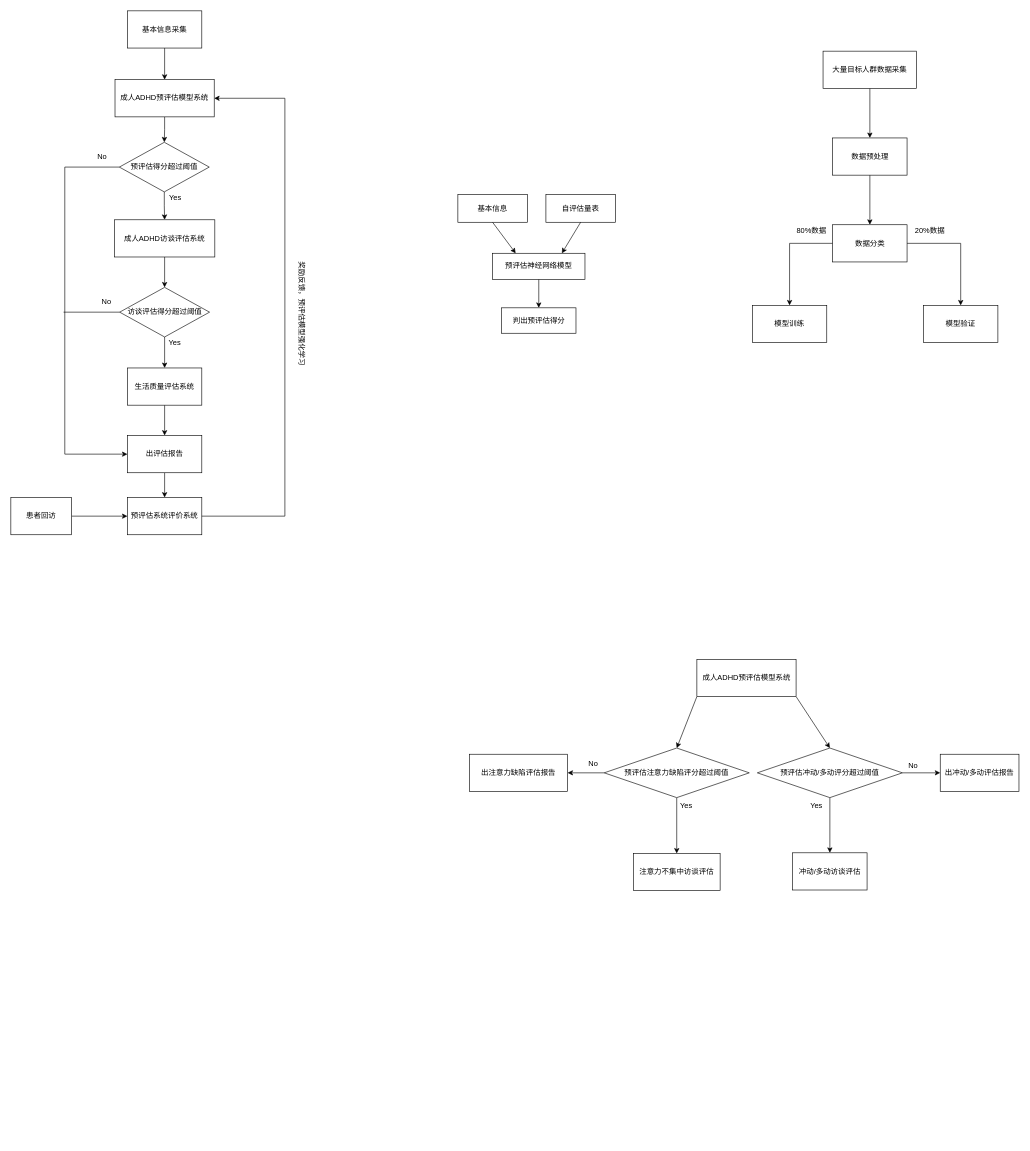
Earlier version of the draw.io diagram page "第 4 页" (4 of 4) of LRG.drawio (imoceanking/drawio). Source tidied: cells renumbered, new cells numbered last; positions are measured from the earlier drawing's top-left corner, leaving out a move shared by most shapes. Both pictures are drawn from the tidied source at 62%, with x=0, y=0 at pixel (11, 11).
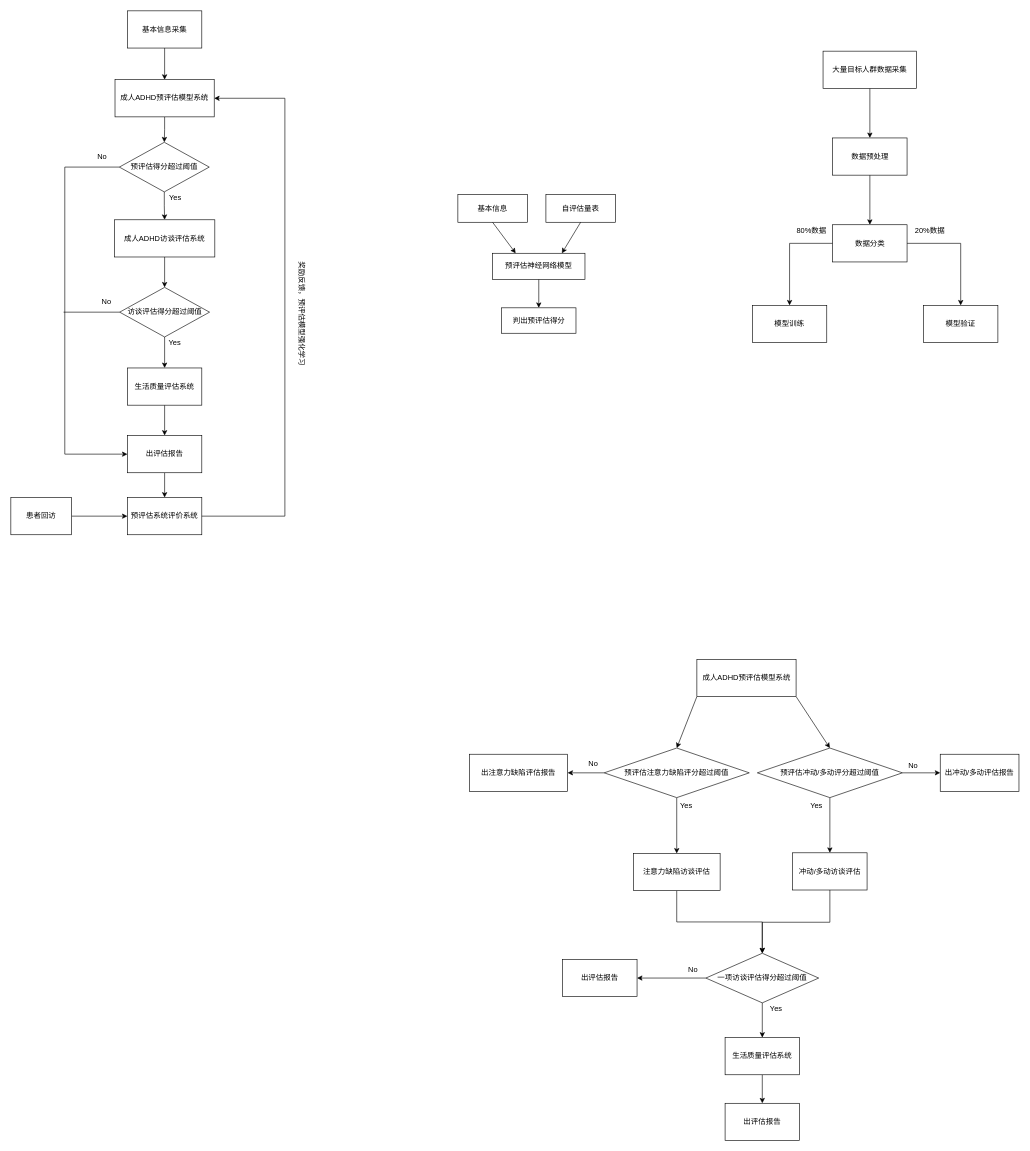
Above is the later version.

The change refers to these unchanged cells:
```xml
<mxCell id="56" value="冲动/多动访谈评估" style="whiteSpace=wrap;html=1;" parent="1" vertex="1">
  <mxGeometry x="1261" y="1358" width="120" height="60" as="geometry" />
</mxCell>
```

The edit, as a diff of the source:
```diff
@@
+    <mxCell id="62" style="edgeStyle=orthogonalEdgeStyle;rounded=0;jettySize=auto;html=1;exitX=0.5;exitY=1;exitDx=0;exitDy=0;" parent="1" edge="1" source="51" target="65">
+      <mxGeometry relative="1" as="geometry" />
+    </mxCell>
-    <mxCell id="51" value="注意力不集中访谈评估" style="whiteSpace=wrap;html=1;" parent="1" vertex="1">
+    <mxCell id="51" value="注意力缺陷访谈评估" style="whiteSpace=wrap;html=1;" parent="1" vertex="1">
       <mxGeometry x="1004" y="1359" width="140" height="60" as="geometry" />
     </mxCell>
@@
+    <mxCell id="63" style="edgeStyle=orthogonalEdgeStyle;rounded=0;jettySize=auto;html=1;" parent="1" edge="1" source="65" target="68">
+      <mxGeometry relative="1" as="geometry" />
+    </mxCell>
+    <mxCell id="64" style="edgeStyle=orthogonalEdgeStyle;rounded=0;jettySize=auto;html=1;" parent="1" edge="1" source="65" target="71">
+      <mxGeometry relative="1" as="geometry" />
+    </mxCell>
+    <mxCell id="65" value="一项访谈评估得分超过阈值" style="rhombus;whiteSpace=wrap;html=1;" parent="1" vertex="1">
+      <mxGeometry x="1121" y="1520" width="182" height="80" as="geometry" />
+    </mxCell>
+    <mxCell id="66" style="endArrow=classic;html=1;rounded=0;exitX=0.5;exitY=1;exitDx=0;exitDy=0;entryX=0.5;entryY=0;entryDx=0;entryDy=0;" parent="1" edge="1" source="56" target="65">
+      <mxGeometry relative="1" as="geometry">
+        <Array as="points">
+          <mxPoint x="1321" y="1470" />
+          <mxPoint x="1212" y="1470" />
+        </Array>
+      </mxGeometry>
+    </mxCell>
+    <mxCell id="67" style="edgeStyle=orthogonalEdgeStyle;rounded=0;jettySize=auto;html=1;" parent="1" edge="1" source="68" target="69">
+      <mxGeometry relative="1" as="geometry" />
+    </mxCell>
+    <mxCell id="68" value="生活质量评估系统" style="whiteSpace=wrap;html=1;" parent="1" vertex="1">
+      <mxGeometry x="1152" y="1656" width="120" height="60" as="geometry" />
+    </mxCell>
+    <mxCell id="69" value="出评估报告" style="whiteSpace=wrap;html=1;" parent="1" vertex="1">
+      <mxGeometry x="1152" y="1762" width="120" height="60" as="geometry" />
+    </mxCell>
+    <mxCell id="70" value="Yes" style="text;html=1;align=center;verticalAlign=middle;strokeColor=none;fillColor=none;" parent="1" vertex="1">
+      <mxGeometry x="1215" y="1596" width="38" height="26" as="geometry" />
+    </mxCell>
+    <mxCell id="71" value="出评估报告" style="whiteSpace=wrap;html=1;" parent="1" vertex="1">
+      <mxGeometry x="890" y="1530" width="120" height="60" as="geometry" />
+    </mxCell>
+    <mxCell id="72" value="No" style="text;html=1;align=center;verticalAlign=middle;strokeColor=none;fillColor=none;" parent="1" vertex="1">
+      <mxGeometry x="1083" y="1534" width="33" height="26" as="geometry" />
+    </mxCell>
```
